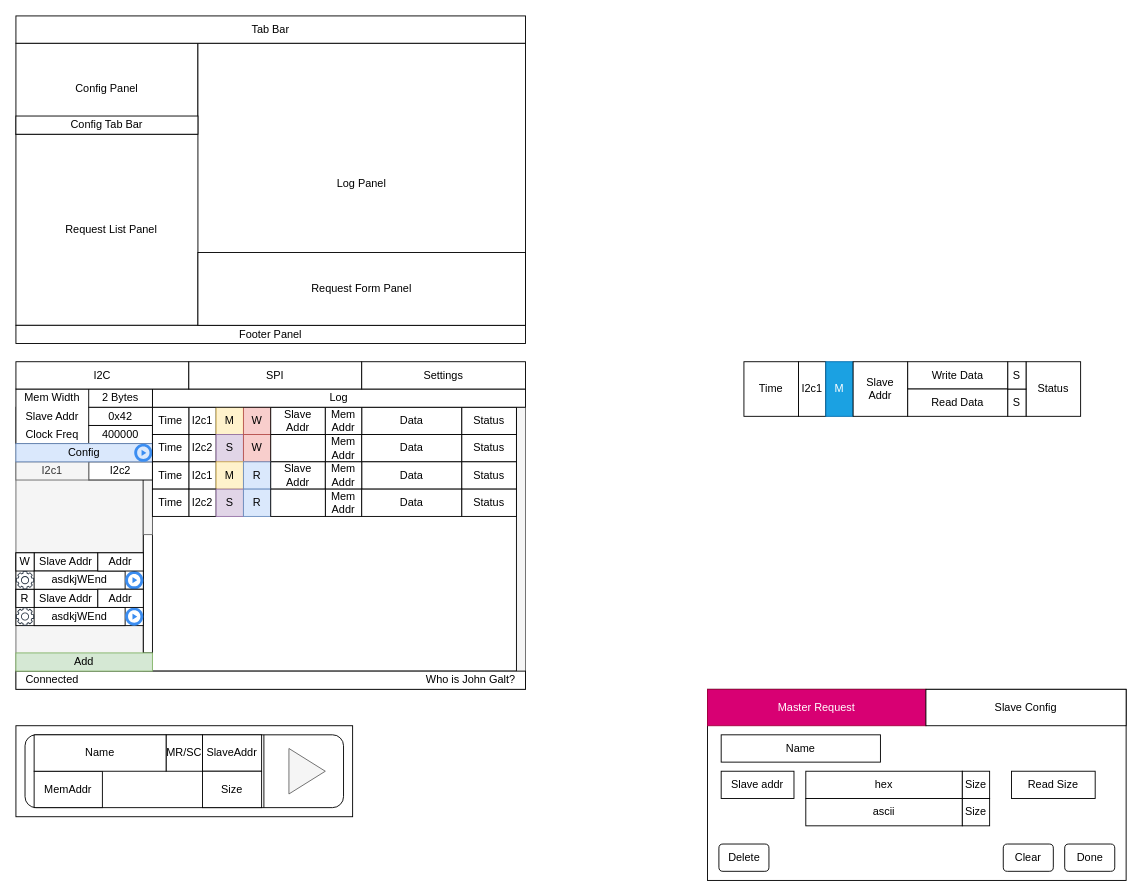
The draw.io diagram UImock.drawio in AlmCoding/expander-ui, before the edit. Source tidied: cells renumbered, new cells numbered last; positions are measured from the earlier drawing's top-left corner, leaving out a move shared by most shapes. Both pictures are drawn from the tidied source at 91%, with x=0, y=0 at pixel (15, 15).
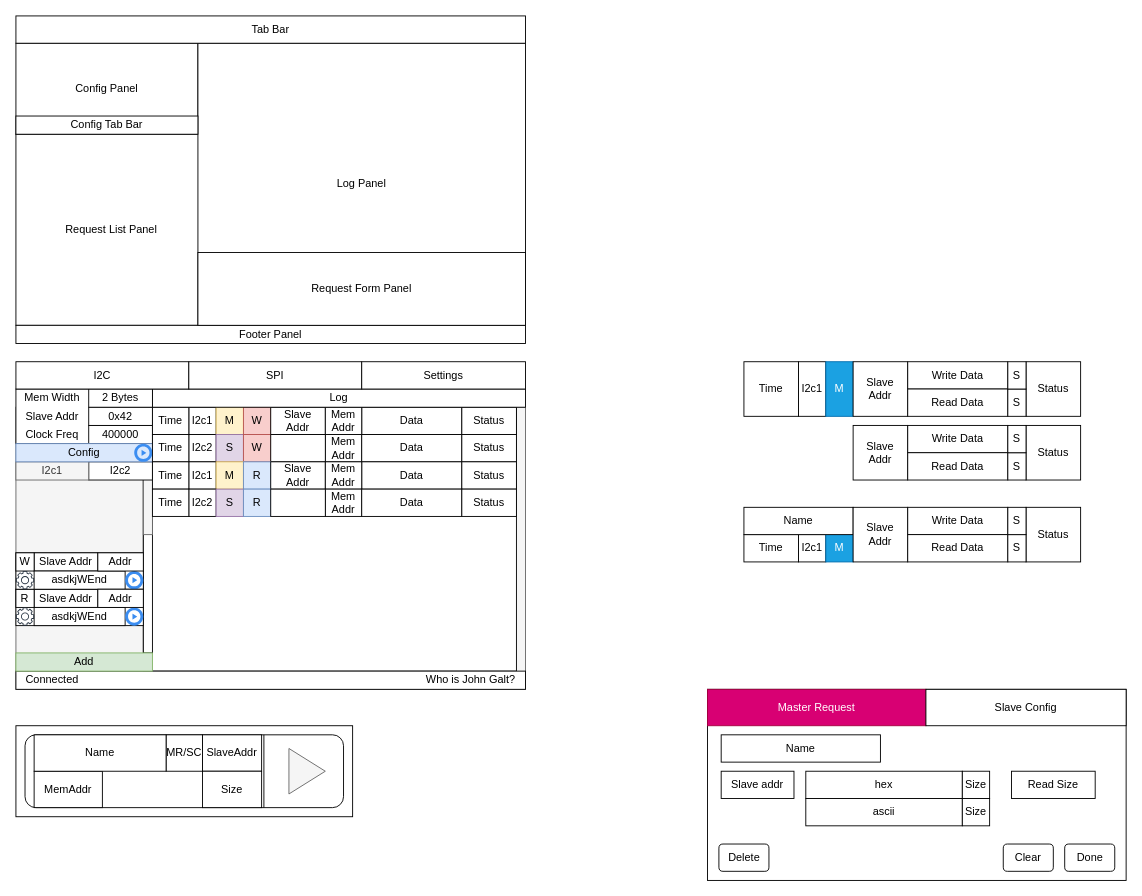
The same diagram, later.

Change to the diagram source:
```diff
@@
+    <mxCell id="110" value="Time" style="rounded=0;whiteSpace=wrap;html=1;" parent="1" vertex="1">
+      <mxGeometry x="800" y="570" width="60" height="30" as="geometry" />
+    </mxCell>
+    <mxCell id="111" value="I2c1" style="rounded=0;whiteSpace=wrap;html=1;" parent="1" vertex="1">
+      <mxGeometry x="860" y="570" width="30" height="30" as="geometry" />
+    </mxCell>
+    <mxCell id="112" value="M" style="rounded=0;whiteSpace=wrap;html=1;fillColor=#1ba1e2;strokeColor=#006EAF;fontColor=#ffffff;" parent="1" vertex="1">
+      <mxGeometry x="890" y="570" width="30" height="30" as="geometry" />
+    </mxCell>
+    <mxCell id="113" value="Slave Addr" style="rounded=0;whiteSpace=wrap;html=1;" parent="1" vertex="1">
+      <mxGeometry x="920" y="450" width="60" height="60" as="geometry" />
+    </mxCell>
+    <mxCell id="114" value="Write Data" style="rounded=0;whiteSpace=wrap;html=1;" parent="1" vertex="1">
+      <mxGeometry x="980" y="450" width="110" height="30" as="geometry" />
+    </mxCell>
+    <mxCell id="115" value="Read Data" style="rounded=0;whiteSpace=wrap;html=1;" parent="1" vertex="1">
+      <mxGeometry x="980" y="480" width="110" height="30" as="geometry" />
+    </mxCell>
+    <mxCell id="116" value="Status" style="rounded=0;whiteSpace=wrap;html=1;" parent="1" vertex="1">
+      <mxGeometry x="1110" y="450" width="60" height="60" as="geometry" />
+    </mxCell>
+    <mxCell id="117" value="S" style="rounded=0;whiteSpace=wrap;html=1;" parent="1" vertex="1">
+      <mxGeometry x="1090" y="480" width="20" height="30" as="geometry" />
+    </mxCell>
+    <mxCell id="118" value="S" style="rounded=0;whiteSpace=wrap;html=1;" parent="1" vertex="1">
+      <mxGeometry x="1090" y="450" width="20" height="30" as="geometry" />
+    </mxCell>
+    <mxCell id="119" value="Name" style="rounded=0;whiteSpace=wrap;html=1;" parent="1" vertex="1">
+      <mxGeometry x="800" y="540" width="120" height="30" as="geometry" />
+    </mxCell>
+    <mxCell id="120" value="Slave Addr" style="rounded=0;whiteSpace=wrap;html=1;" parent="1" vertex="1">
+      <mxGeometry x="920" y="540" width="60" height="60" as="geometry" />
+    </mxCell>
+    <mxCell id="121" value="Write Data" style="rounded=0;whiteSpace=wrap;html=1;" parent="1" vertex="1">
+      <mxGeometry x="980" y="540" width="110" height="30" as="geometry" />
+    </mxCell>
+    <mxCell id="122" value="Read Data" style="rounded=0;whiteSpace=wrap;html=1;" parent="1" vertex="1">
+      <mxGeometry x="980" y="570" width="110" height="30" as="geometry" />
+    </mxCell>
+    <mxCell id="123" value="Status" style="rounded=0;whiteSpace=wrap;html=1;" parent="1" vertex="1">
+      <mxGeometry x="1110" y="540" width="60" height="60" as="geometry" />
+    </mxCell>
+    <mxCell id="124" value="S" style="rounded=0;whiteSpace=wrap;html=1;" parent="1" vertex="1">
+      <mxGeometry x="1090" y="570" width="20" height="30" as="geometry" />
+    </mxCell>
+    <mxCell id="125" value="S" style="rounded=0;whiteSpace=wrap;html=1;" parent="1" vertex="1">
+      <mxGeometry x="1090" y="540" width="20" height="30" as="geometry" />
+    </mxCell>
```
